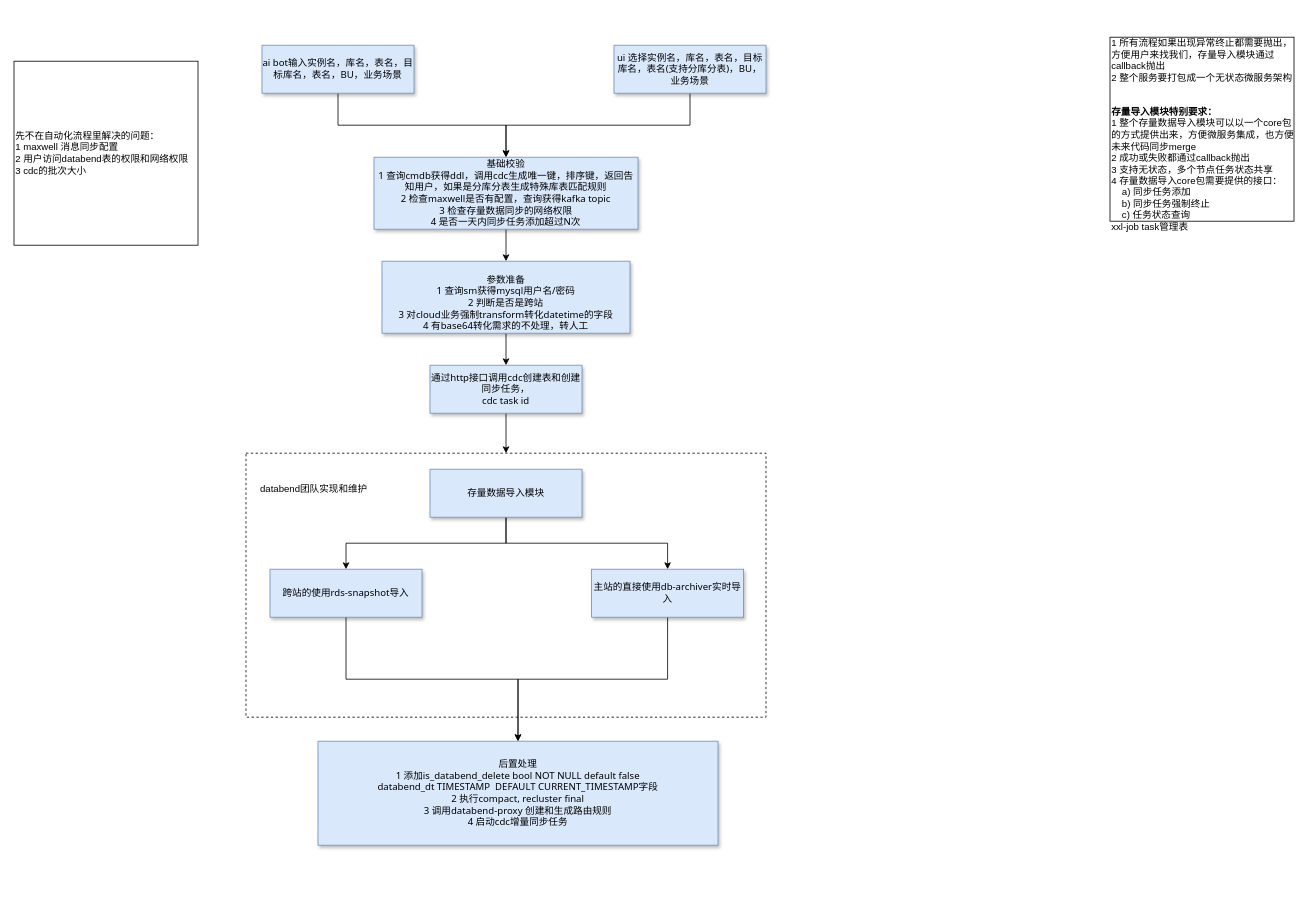
Earlier version of the draw.io diagram doc/databend自动化数据导入流程.drawio (jackjoesh/databend). Source tidied: cells renumbered, new cells numbered last; positions are measured from the earlier drawing's top-left corner, leaving out a move shared by most shapes. Both pictures are drawn from the tidied source at 80%, with x=0, y=0 at pixel (14, 37).
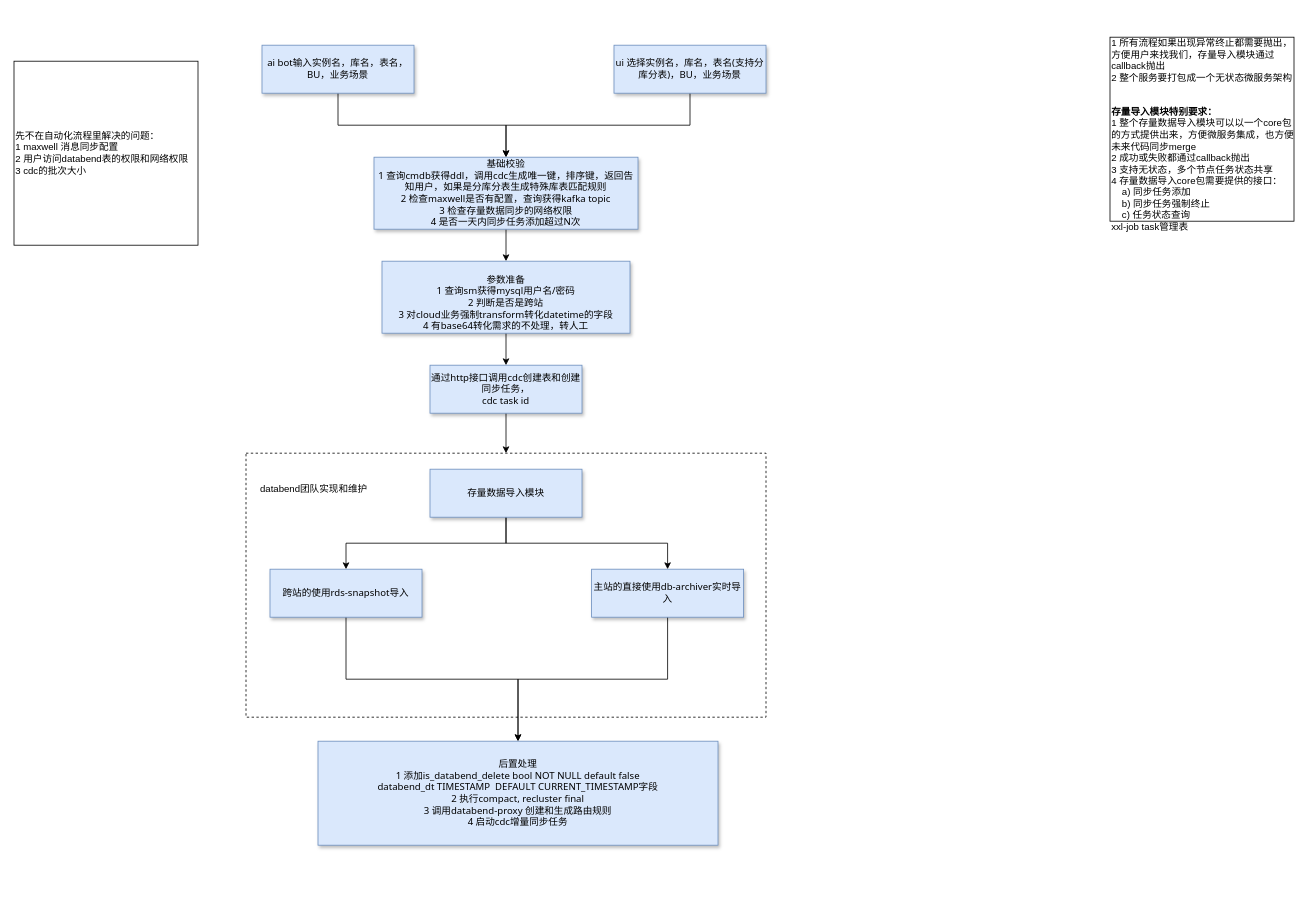
After the change.

Commit message:
更新databend自动化数据导入流程.drawio

What changed in the source:
```diff
@@
-    <mxCell id="4" value="ui 选择实例名，库名，表名，目标库名，表名(支持分库分表)，BU，业务场景" style="rounded=0;whiteSpace=wrap;html=1;fillColor=#dae8fc;strokeColor=#6c8ebf;shadow=1;fontFamily=Tahoma;" parent="1" vertex="1">
+    <mxCell id="4" value="ui 选择实例名，库名，表名(支持分库分表)，BU，业务场景" style="rounded=0;whiteSpace=wrap;html=1;fillColor=#dae8fc;strokeColor=#6c8ebf;shadow=1;fontFamily=Tahoma;" parent="1" vertex="1">
       <mxGeometry x="750" y="10" width="190" height="60" as="geometry" />
     </mxCell>
@@
-    <mxCell id="22" value="ai bot输入实例名，库名，表名，目标库名，表名，BU，业务场景" style="rounded=0;whiteSpace=wrap;html=1;fillColor=#dae8fc;strokeColor=#6c8ebf;shadow=1;fontFamily=Tahoma;" parent="1" vertex="1">
+    <mxCell id="22" value="ai bot输入实例名，库名，表名，BU，业务场景" style="rounded=0;whiteSpace=wrap;html=1;fillColor=#dae8fc;strokeColor=#6c8ebf;shadow=1;fontFamily=Tahoma;" parent="1" vertex="1">
       <mxGeometry x="310" y="10" width="190" height="60" as="geometry" />
     </mxCell>
```
